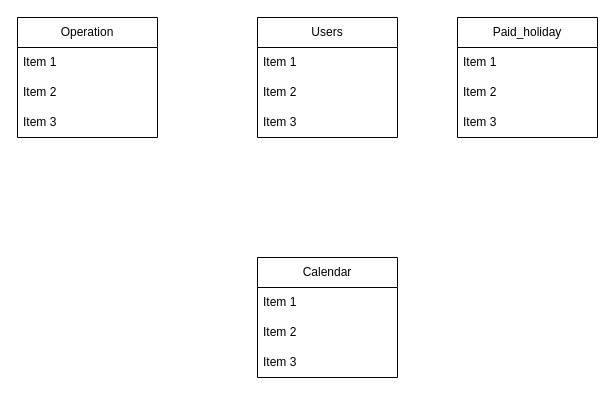
Above: ER.dio in Newriver758/share_suke (draw.io), before the change. Source tidied: cells renumbered, new cells numbered last; positions are measured from the earlier drawing's top-left corner, leaving out a move shared by most shapes. Both pictures are drawn from the tidied source at 100%, with x=0, y=0 at pixel (17, 17).
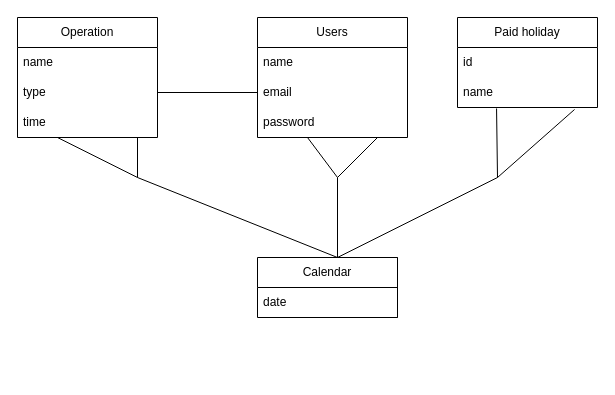
The same page after the edit.

The change refers to these unchanged cells:
```xml
<mxCell id="2" value="Operation" style="swimlane;fontStyle=0;horizontal=1;startSize=30;whiteSpace=wrap;html=1;" parent="1" vertex="1">
  <mxGeometry width="140" height="120" as="geometry" />
</mxCell>
```

What changed in the source:
```diff
@@
-    <mxCell id="3" value="Item 1" style="text;strokeColor=none;fillColor=none;align=left;verticalAlign=middle;spacingLeft=4;spacingRight=4;overflow=hidden;whiteSpace=wrap;html=1;" parent="2" vertex="1">
+    <mxCell id="3" value="name" style="text;strokeColor=none;fillColor=none;align=left;verticalAlign=middle;spacingLeft=4;spacingRight=4;overflow=hidden;whiteSpace=wrap;html=1;" parent="2" vertex="1">
       <mxGeometry y="30" width="140" height="30" as="geometry" />
     </mxCell>
-    <mxCell id="4" value="Item 2" style="text;strokeColor=none;fillColor=none;align=left;verticalAlign=middle;spacingLeft=4;spacingRight=4;overflow=hidden;points=[[0,0.5],[1,0.5]];portConstraint=eastwest;whiteSpace=wrap;html=1;" parent="2" vertex="1">
+    <mxCell id="4" value="type" style="text;strokeColor=none;fillColor=none;align=left;verticalAlign=middle;spacingLeft=4;spacingRight=4;overflow=hidden;points=[[0,0.5],[1,0.5]];portConstraint=eastwest;whiteSpace=wrap;html=1;" parent="2" vertex="1">
       <mxGeometry y="60" width="140" height="30" as="geometry" />
     </mxCell>
-    <mxCell id="5" value="Item 3" style="text;strokeColor=none;fillColor=none;align=left;verticalAlign=middle;spacingLeft=4;spacingRight=4;overflow=hidden;whiteSpace=wrap;html=1;" parent="2" vertex="1">
+    <mxCell id="5" value="time" style="text;strokeColor=none;fillColor=none;align=left;verticalAlign=middle;spacingLeft=4;spacingRight=4;overflow=hidden;whiteSpace=wrap;html=1;" parent="2" vertex="1">
       <mxGeometry y="90" width="140" height="30" as="geometry" />
     </mxCell>
     <mxCell id="6" value="Users" style="swimlane;fontStyle=0;horizontal=1;startSize=30;whiteSpace=wrap;html=1;" parent="1" vertex="1">
-      <mxGeometry x="240" width="140" height="120" as="geometry" />
+      <mxGeometry x="240" width="150" height="120" as="geometry" />
     </mxCell>
-    <mxCell id="7" value="Item 1" style="text;strokeColor=none;fillColor=none;align=left;verticalAlign=middle;spacingLeft=4;spacingRight=4;overflow=hidden;whiteSpace=wrap;html=1;" parent="6" vertex="1">
-      <mxGeometry y="30" width="140" height="30" as="geometry" />
+    <mxCell id="7" value="name" style="text;strokeColor=none;fillColor=none;align=left;verticalAlign=middle;spacingLeft=4;spacingRight=4;overflow=hidden;whiteSpace=wrap;html=1;" parent="6" vertex="1">
+      <mxGeometry y="30" width="150" height="30" as="geometry" />
     </mxCell>
-    <mxCell id="8" value="Item 2" style="text;strokeColor=none;fillColor=none;align=left;verticalAlign=middle;spacingLeft=4;spacingRight=4;overflow=hidden;points=[[0,0.5],[1,0.5]];portConstraint=eastwest;whiteSpace=wrap;html=1;" parent="6" vertex="1">
-      <mxGeometry y="60" width="140" height="30" as="geometry" />
+    <mxCell id="8" value="email" style="text;strokeColor=none;fillColor=none;align=left;verticalAlign=middle;spacingLeft=4;spacingRight=4;overflow=hidden;points=[[0,0.5],[1,0.5]];portConstraint=eastwest;whiteSpace=wrap;html=1;" parent="6" vertex="1">
+      <mxGeometry y="60" width="150" height="30" as="geometry" />
     </mxCell>
-    <mxCell id="9" value="Item 3" style="text;strokeColor=none;fillColor=none;align=left;verticalAlign=middle;spacingLeft=4;spacingRight=4;overflow=hidden;whiteSpace=wrap;html=1;" parent="6" vertex="1">
-      <mxGeometry y="90" width="140" height="30" as="geometry" />
+    <mxCell id="9" value="password" style="text;strokeColor=none;fillColor=none;align=left;verticalAlign=middle;spacingLeft=4;spacingRight=4;overflow=hidden;whiteSpace=wrap;html=1;" parent="6" vertex="1">
+      <mxGeometry y="90" width="150" height="30" as="geometry" />
     </mxCell>
-    <mxCell id="10" value="Paid_holiday" style="swimlane;fontStyle=0;horizontal=1;startSize=30;whiteSpace=wrap;html=1;" parent="1" vertex="1">
-      <mxGeometry x="440" width="140" height="120" as="geometry" />
-    </mxCell>
-    <mxCell id="11" value="Item 1" style="text;strokeColor=none;fillColor=none;align=left;verticalAlign=middle;spacingLeft=4;spacingRight=4;overflow=hidden;whiteSpace=wrap;html=1;" parent="10" vertex="1">
-      <mxGeometry y="30" width="140" height="30" as="geometry" />
-    </mxCell>
-    <mxCell id="12" value="Item 2" style="text;strokeColor=none;fillColor=none;align=left;verticalAlign=middle;spacingLeft=4;spacingRight=4;overflow=hidden;whiteSpace=wrap;html=1;" parent="10" vertex="1">
-      <mxGeometry y="60" width="140" height="30" as="geometry" />
-    </mxCell>
-    <mxCell id="13" value="Item 3" style="text;strokeColor=none;fillColor=none;align=left;verticalAlign=middle;spacingLeft=4;spacingRight=4;overflow=hidden;whiteSpace=wrap;html=1;" parent="10" vertex="1">
-      <mxGeometry y="90" width="140" height="30" as="geometry" />
-    </mxCell>
     <mxCell id="14" value="Calendar" style="swimlane;fontStyle=0;horizontal=1;startSize=30;whiteSpace=wrap;html=1;" parent="1" vertex="1">
-      <mxGeometry x="240" y="240" width="140" height="120" as="geometry" />
+      <mxGeometry x="240" y="240" width="140" height="60" as="geometry" />
     </mxCell>
-    <mxCell id="15" value="Item 1" style="text;strokeColor=none;fillColor=none;align=left;verticalAlign=middle;spacingLeft=4;spacingRight=4;overflow=hidden;whiteSpace=wrap;html=1;" parent="14" vertex="1">
+    <mxCell id="15" value="date" style="text;strokeColor=none;fillColor=none;align=left;verticalAlign=middle;spacingLeft=4;spacingRight=4;overflow=hidden;whiteSpace=wrap;html=1;" parent="14" vertex="1">
       <mxGeometry y="30" width="140" height="30" as="geometry" />
     </mxCell>
-    <mxCell id="16" value="Item 2" style="text;strokeColor=none;fillColor=none;align=left;verticalAlign=middle;spacingLeft=4;spacingRight=4;overflow=hidden;whiteSpace=wrap;html=1;" parent="14" vertex="1">
-      <mxGeometry y="60" width="140" height="30" as="geometry" />
-    </mxCell>
-    <mxCell id="17" value="Item 3" style="text;strokeColor=none;fillColor=none;align=left;verticalAlign=middle;spacingLeft=4;spacingRight=4;overflow=hidden;whiteSpace=wrap;html=1;" parent="14" vertex="1">
-      <mxGeometry y="90" width="140" height="30" as="geometry" />
-    </mxCell>
+    <mxCell id="18" style="endArrow=none;html=1;" parent="1" edge="1">
+      <mxGeometry relative="1" as="geometry">
+        <mxPoint x="320" y="240" as="sourcePoint" />
+        <mxPoint x="320" y="160" as="targetPoint" />
+      </mxGeometry>
+    </mxCell>
+    <mxCell id="19" style="endArrow=none;html=1;" parent="1" edge="1">
+      <mxGeometry relative="1" as="geometry">
+        <mxPoint x="320" y="160" as="sourcePoint" />
+        <mxPoint x="360" y="120" as="targetPoint" />
+      </mxGeometry>
+    </mxCell>
+    <mxCell id="20" style="endArrow=none;html=1;" parent="1" edge="1">
+      <mxGeometry relative="1" as="geometry">
+        <mxPoint x="290" y="120" as="sourcePoint" />
+        <mxPoint x="320" y="160" as="targetPoint" />
+      </mxGeometry>
+    </mxCell>
+    <mxCell id="21" style="endArrow=none;html=1;" parent="1" edge="1">
+      <mxGeometry relative="1" as="geometry">
+        <mxPoint x="320" y="240" as="sourcePoint" />
+        <mxPoint x="480" y="160" as="targetPoint" />
+      </mxGeometry>
+    </mxCell>
+    <mxCell id="22" style="endArrow=none;html=1;entryX=0.279;entryY=1.033;entryDx=0;entryDy=0;entryPerimeter=0;" parent="1" edge="1" target="31">
+      <mxGeometry relative="1" as="geometry">
+        <mxPoint x="480" y="160" as="sourcePoint" />
+      </mxGeometry>
+    </mxCell>
+    <mxCell id="23" style="endArrow=none;html=1;entryX=0.836;entryY=1.067;entryDx=0;entryDy=0;entryPerimeter=0;" parent="1" edge="1" target="31">
+      <mxGeometry relative="1" as="geometry">
+        <mxPoint x="480" y="160" as="sourcePoint" />
+      </mxGeometry>
+    </mxCell>
+    <mxCell id="24" style="endArrow=none;html=1;" parent="1" edge="1">
+      <mxGeometry relative="1" as="geometry">
+        <mxPoint x="320" y="240" as="sourcePoint" />
+        <mxPoint x="120" y="160" as="targetPoint" />
+      </mxGeometry>
+    </mxCell>
+    <mxCell id="25" style="endArrow=none;html=1;" parent="1" edge="1">
+      <mxGeometry relative="1" as="geometry">
+        <mxPoint x="120" y="160" as="sourcePoint" />
+        <mxPoint x="120" y="120" as="targetPoint" />
+      </mxGeometry>
+    </mxCell>
+    <mxCell id="26" style="endArrow=none;html=1;" parent="1" edge="1">
+      <mxGeometry relative="1" as="geometry">
+        <mxPoint x="380" y="300" as="sourcePoint" />
+        <mxPoint x="380" y="240" as="targetPoint" />
+      </mxGeometry>
+    </mxCell>
+    <mxCell id="27" style="endArrow=none;html=1;" parent="1" edge="1">
+      <mxGeometry relative="1" as="geometry">
+        <mxPoint x="120" y="160" as="sourcePoint" />
+        <mxPoint x="40" y="120" as="targetPoint" />
+      </mxGeometry>
+    </mxCell>
+    <mxCell id="28" style="endArrow=none;html=1;exitX=0;exitY=0.5;exitDx=0;exitDy=0;entryX=1;entryY=0.5;entryDx=0;entryDy=0;" parent="1" edge="1" source="8" target="4">
+      <mxGeometry relative="1" as="geometry" />
+    </mxCell>
+    <mxCell id="29" value="Paid holiday" style="swimlane;fontStyle=0;horizontal=1;startSize=30;whiteSpace=wrap;html=1;" parent="1" vertex="1">
+      <mxGeometry x="440" width="140" height="90" as="geometry" />
+    </mxCell>
+    <mxCell id="30" value="id" style="text;strokeColor=none;fillColor=none;align=left;verticalAlign=middle;spacingLeft=4;spacingRight=4;overflow=hidden;whiteSpace=wrap;html=1;" parent="29" vertex="1">
+      <mxGeometry y="30" width="140" height="30" as="geometry" />
+    </mxCell>
+    <mxCell id="31" value="name" style="text;strokeColor=none;fillColor=none;align=left;verticalAlign=middle;spacingLeft=4;spacingRight=4;overflow=hidden;points=[[0,0.5],[1,0.5]];portConstraint=eastwest;whiteSpace=wrap;html=1;" parent="29" vertex="1">
+      <mxGeometry y="60" width="140" height="30" as="geometry" />
+    </mxCell>
```
